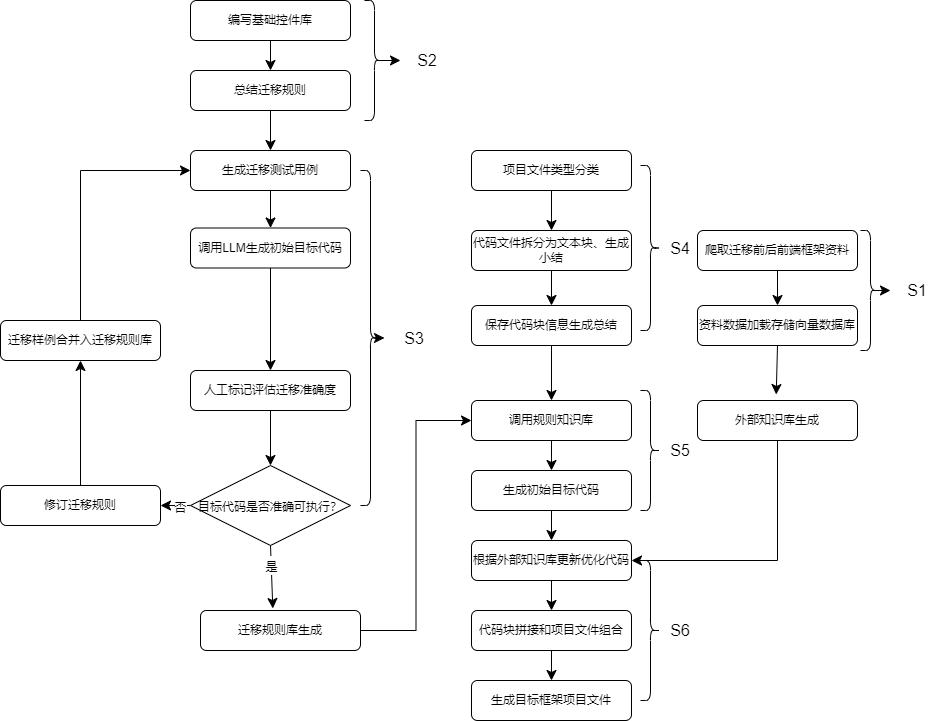
This is 专利2.drawio.png from fydgmy/jubilant-potato, a draw.io export, as it was before one commit. Source tidied: cells renumbered, new cells last; positions are measured from the earlier drawing's top-left corner, leaving out a move shared by most shapes.
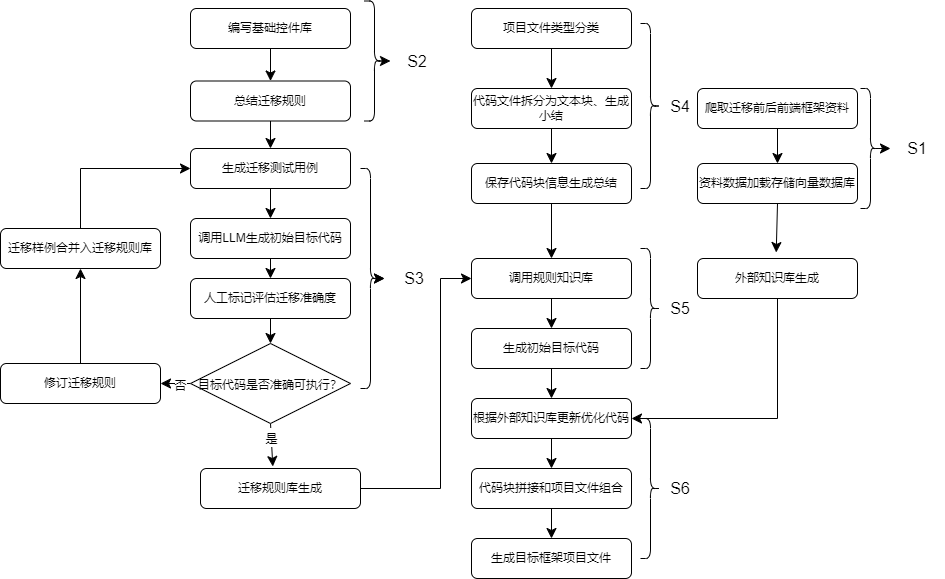
Above is the later version.

Change to the diagram source:
```diff
@@ -18,7 +18,7 @@
       <mxGeometry relative="1" as="geometry" />
     </mxCell>
     <mxCell id="7" value="编写基础控件库" style="rounded=1;whiteSpace=wrap;html=1;fontSize=12;glass=0;strokeWidth=1;shadow=0;" parent="1" vertex="1">
-      <mxGeometry x="190" width="160" height="40" as="geometry" />
+      <mxGeometry x="190" y="150" width="160" height="40" as="geometry" />
     </mxCell>
     <mxCell id="8" style="edgeStyle=none;curved=1;rounded=0;jettySize=auto;html=1;exitX=0.1;exitY=0.5;exitDx=0;exitDy=0;exitPerimeter=0;fontSize=12;startSize=8;endSize=8;" parent="1" edge="1" source="9" target="10">
       <mxGeometry relative="1" as="geometry" />
@@ -33,34 +33,34 @@
       <mxGeometry relative="1" as="geometry" />
     </mxCell>
     <mxCell id="12" value="总结迁移规则" style="rounded=1;whiteSpace=wrap;html=1;fontSize=12;glass=0;strokeWidth=1;shadow=0;" parent="1" vertex="1">
-      <mxGeometry x="190" y="70" width="160" height="40" as="geometry" />
+      <mxGeometry x="190" y="222.5" width="160" height="40" as="geometry" />
     </mxCell>
     <mxCell id="13" style="edgeStyle=none;curved=1;rounded=0;jettySize=auto;html=1;exitX=0.5;exitY=1;exitDx=0;exitDy=0;entryX=0.5;entryY=0;entryDx=0;entryDy=0;fontSize=12;startSize=8;endSize=8;" parent="1" edge="1" source="14" target="19">
       <mxGeometry relative="1" as="geometry" />
     </mxCell>
     <mxCell id="14" value="生成迁移测试用例" style="rounded=1;whiteSpace=wrap;html=1;fontSize=12;glass=0;strokeWidth=1;shadow=0;" parent="1" vertex="1">
-      <mxGeometry x="190" y="150" width="160" height="40" as="geometry" />
+      <mxGeometry x="190" y="290" width="160" height="40" as="geometry" />
     </mxCell>
     <mxCell id="15" style="edgeStyle=none;curved=1;rounded=0;jettySize=auto;html=1;exitX=0.1;exitY=0.5;exitDx=0;exitDy=0;exitPerimeter=0;fontSize=12;startSize=8;endSize=8;" parent="1" edge="1" source="16" target="17">
       <mxGeometry relative="1" as="geometry" />
     </mxCell>
     <mxCell id="16" style="shape=curlyBracket;whiteSpace=wrap;html=1;rounded=1;flipH=1;labelPosition=right;verticalLabelPosition=middle;align=left;verticalAlign=middle;fontSize=16;" parent="1" vertex="1">
-      <mxGeometry x="364" width="20" height="120" as="geometry" />
+      <mxGeometry x="364" y="142.5" width="20" height="120" as="geometry" />
     </mxCell>
     <mxCell id="17" value="S2" style="text;strokeColor=none;fillColor=none;html=1;align=center;verticalAlign=middle;whiteSpace=wrap;rounded=0;fontSize=16;" parent="1" vertex="1">
-      <mxGeometry x="400" y="45" width="54" height="30" as="geometry" />
+      <mxGeometry x="390" y="187.5" width="54" height="30" as="geometry" />
     </mxCell>
     <mxCell id="18" style="edgeStyle=none;curved=1;rounded=0;jettySize=auto;html=1;exitX=0.5;exitY=1;exitDx=0;exitDy=0;entryX=0.5;entryY=0;entryDx=0;entryDy=0;fontSize=12;startSize=8;endSize=8;" parent="1" edge="1" source="19" target="21">
       <mxGeometry relative="1" as="geometry" />
     </mxCell>
     <mxCell id="19" value="调用LLM生成初始目标代码" style="rounded=1;whiteSpace=wrap;html=1;fontSize=12;glass=0;strokeWidth=1;shadow=0;" parent="1" vertex="1">
-      <mxGeometry x="190" y="227.5" width="160" height="40" as="geometry" />
+      <mxGeometry x="190" y="360" width="160" height="40" as="geometry" />
     </mxCell>
     <mxCell id="20" style="edgeStyle=none;curved=1;rounded=0;jettySize=auto;html=1;exitX=0.5;exitY=1;exitDx=0;exitDy=0;entryX=0.5;entryY=0;entryDx=0;entryDy=0;fontSize=12;startSize=8;endSize=8;" parent="1" edge="1" source="21" target="26">
       <mxGeometry relative="1" as="geometry" />
     </mxCell>
     <mxCell id="21" value="人工标记评估迁移准确度" style="rounded=1;whiteSpace=wrap;html=1;fontSize=12;glass=0;strokeWidth=1;shadow=0;" parent="1" vertex="1">
-      <mxGeometry x="190" y="370" width="160" height="40" as="geometry" />
+      <mxGeometry x="190" y="420" width="160" height="40" as="geometry" />
     </mxCell>
     <mxCell id="22" style="edgeStyle=none;curved=1;rounded=0;jettySize=auto;html=1;entryX=1;entryY=0.5;entryDx=0;entryDy=0;fontSize=12;startSize=8;endSize=8;" parent="1" edge="1" source="26" target="28">
       <mxGeometry relative="1" as="geometry" />
@@ -75,23 +75,23 @@
       <mxGeometry x="-0.36" relative="1" as="geometry" />
     </mxCell>
     <mxCell id="26" value="&lt;font style=&quot;font-size: 12px;&quot;&gt;目标代码是否准确可执行？&lt;/font&gt;" style="rhombus;whiteSpace=wrap;html=1;fontSize=16;" parent="1" vertex="1">
-      <mxGeometry x="190" y="465" width="160" height="80" as="geometry" />
+      <mxGeometry x="190" y="485" width="160" height="80" as="geometry" />
     </mxCell>
     <mxCell id="27" style="edgeStyle=none;curved=1;rounded=0;jettySize=auto;html=1;fontSize=12;startSize=8;endSize=8;" parent="1" edge="1" source="28" target="30">
       <mxGeometry relative="1" as="geometry" />
     </mxCell>
     <mxCell id="28" value="修订迁移规则" style="rounded=1;whiteSpace=wrap;html=1;fontSize=12;glass=0;strokeWidth=1;shadow=0;" parent="1" vertex="1">
-      <mxGeometry y="485" width="160" height="40" as="geometry" />
+      <mxGeometry y="505" width="160" height="40" as="geometry" />
     </mxCell>
     <mxCell id="29" style="edgeStyle=elbowEdgeStyle;rounded=0;jettySize=auto;html=1;entryX=0;entryY=0.5;entryDx=0;entryDy=0;fontSize=12;startSize=8;endSize=8;exitX=0.5;exitY=0;exitDx=0;exitDy=0;" parent="1" edge="1" source="30" target="14">
       <mxGeometry relative="1" as="geometry">
         <Array as="points">
-          <mxPoint x="80" y="180" />
+          <mxPoint x="80" y="330" />
         </Array>
       </mxGeometry>
     </mxCell>
     <mxCell id="30" value="迁移样例合并入迁移规则库" style="rounded=1;whiteSpace=wrap;html=1;fontSize=12;glass=0;strokeWidth=1;shadow=0;" parent="1" vertex="1">
-      <mxGeometry y="320" width="160" height="40" as="geometry" />
+      <mxGeometry y="370" width="160" height="40" as="geometry" />
     </mxCell>
     <mxCell id="31" style="edgeStyle=none;curved=1;rounded=0;jettySize=auto;html=1;entryX=0.5;entryY=0;entryDx=0;entryDy=0;fontSize=12;startSize=8;endSize=8;" parent="1" edge="1" source="32" target="34">
       <mxGeometry relative="1" as="geometry" />
@@ -117,14 +117,22 @@
     <mxCell id="38" style="edgeStyle=none;curved=1;rounded=0;jettySize=auto;html=1;exitX=0.1;exitY=0.5;exitDx=0;exitDy=0;exitPerimeter=0;entryX=0;entryY=0.5;entryDx=0;entryDy=0;fontSize=12;startSize=8;endSize=8;" parent="1" edge="1" source="39" target="40">
       <mxGeometry relative="1" as="geometry" />
     </mxCell>
+    <mxCell id="61" style="edgeStyle=none;curved=1;rounded=0;jettySize=auto;html=1;exitX=0.1;exitY=0.5;exitDx=0;exitDy=0;exitPerimeter=0;entryX=0;entryY=0.5;entryDx=0;entryDy=0;fontSize=12;startSize=8;endSize=8;" parent="1" edge="1" source="39" target="40">
+      <mxGeometry relative="1" as="geometry" />
+    </mxCell>
     <mxCell id="39" style="shape=curlyBracket;whiteSpace=wrap;html=1;rounded=1;flipH=1;labelPosition=right;verticalLabelPosition=middle;align=left;verticalAlign=middle;fontSize=16;" parent="1" vertex="1">
-      <mxGeometry x="360" y="170" width="20" height="335" as="geometry" />
+      <mxGeometry x="360" y="310" width="20" height="220" as="geometry" />
     </mxCell>
     <mxCell id="40" value="S3" style="text;strokeColor=none;fillColor=none;html=1;align=center;verticalAlign=middle;whiteSpace=wrap;rounded=0;fontSize=16;" parent="1" vertex="1">
-      <mxGeometry x="384" y="322.5" width="60" height="30" as="geometry" />
+      <mxGeometry x="384" y="405" width="60" height="30" as="geometry" />
     </mxCell>
     <mxCell id="41" style="edgeStyle=orthogonalEdgeStyle;rounded=0;jettySize=auto;html=1;entryX=0;entryY=0.5;entryDx=0;entryDy=0;fontSize=12;startSize=8;endSize=8;" parent="1" edge="1" source="42" target="44">
-      <mxGeometry relative="1" as="geometry" />
+      <mxGeometry relative="1" as="geometry">
+        <Array as="points">
+          <mxPoint x="440" y="630" />
+          <mxPoint x="440" y="420" />
+        </Array>
+      </mxGeometry>
     </mxCell>
     <mxCell id="42" value="迁移规则库生成" style="rounded=1;whiteSpace=wrap;html=1;fontSize=12;glass=0;strokeWidth=1;shadow=0;" parent="1" vertex="1">
       <mxGeometry x="200" y="610" width="160" height="40" as="geometry" />
```
